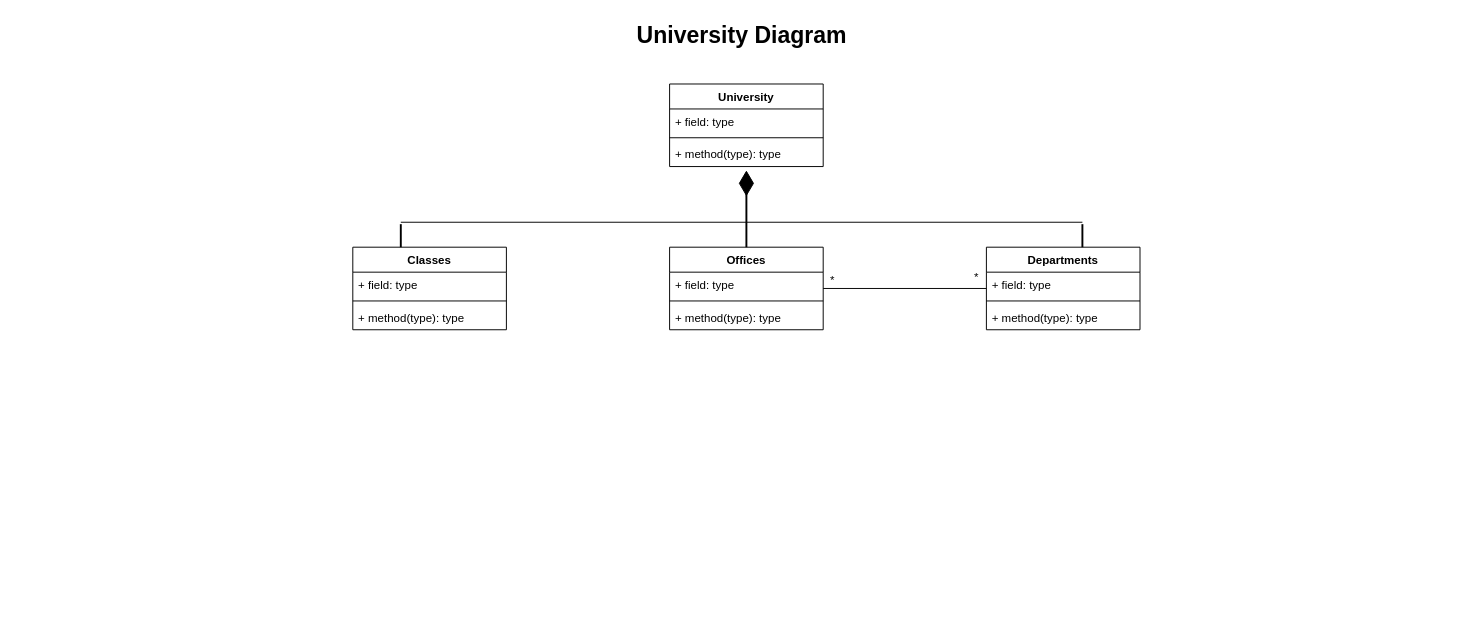
zeynepkul/UMLDiagramsKodluyoruz keeps this draw.io diagram as Untitled Diagram.drawio. Above is the earlier version. Source tidied: cells renumbered, new cells numbered last; positions are measured from the earlier drawing's top-left corner, leaving out a move shared by most shapes. Both pictures are drawn from the tidied source at 96%, with x=0, y=0 at pixel (16, 16).
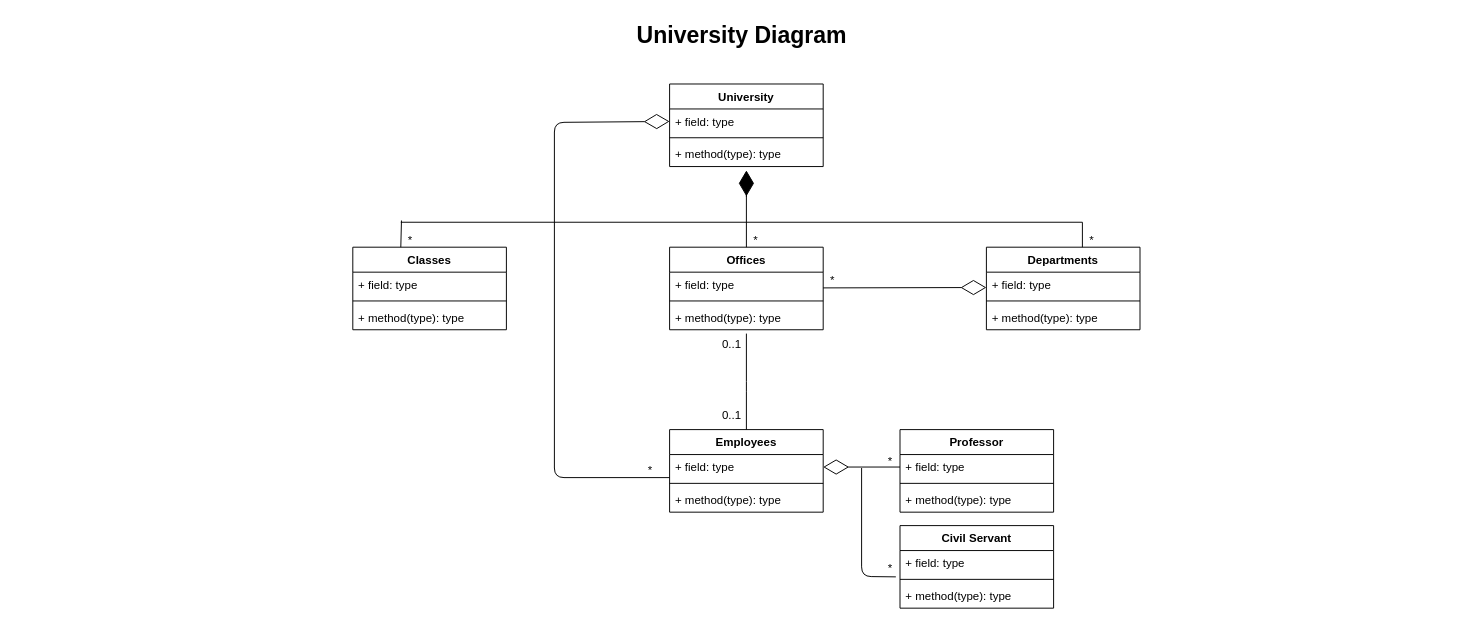
After the change.

Unchanged cells that the change refers to:
```xml
<mxCell id="6" value="+ field: type" style="text;strokeColor=none;fillColor=none;align=left;verticalAlign=top;spacingLeft=4;spacingRight=4;overflow=hidden;points=[[0,0.5],[1,0.5]];portConstraint=eastwest;" parent="5" vertex="1">
  <mxGeometry y="26" width="160" height="26" as="geometry" />
</mxCell>
<mxCell id="13" value="Offices" style="swimlane;fontStyle=1;align=center;verticalAlign=top;horizontal=1;startSize=26;" parent="1" vertex="1">
  <mxGeometry x="680" y="240" width="160" height="86" as="geometry" />
</mxCell>
<mxCell id="22" style="line;strokeWidth=1;fillColor=none;align=left;verticalAlign=middle;spacingTop=-1;spacingLeft=3;spacingRight=3;labelPosition=right;points=[];portConstraint=eastwest;" parent="1" vertex="1">
  <mxGeometry x="400" y="210" width="710" height="8" as="geometry" />
</mxCell>
```

What changed in the source:
```diff
@@
-    <mxCell id="21" style="endArrow=diamondThin;endFill=1;endSize=24;html=1;rounded=0;exitX=0.25;exitY=0.5;exitDx=0;exitDy=0;exitPerimeter=0;" parent="1" edge="1" source="24">
+    <mxCell id="21" style="endArrow=diamondThin;endFill=1;endSize=24;html=1;rounded=0;exitX=0.25;exitY=0.5;exitDx=0;exitDy=0;exitPerimeter=0;" parent="1" edge="1">
       <mxGeometry relative="1" as="geometry">
+        <mxPoint x="760" y="187.5" as="sourcePoint" />
         <mxPoint x="760" y="160" as="targetPoint" />
       </mxGeometry>
     </mxCell>
@@
-    <mxCell id="23" style="line;strokeWidth=2;direction=south;html=1;" parent="1" vertex="1">
-      <mxGeometry x="320" y="216" width="160" height="24" as="geometry" />
-    </mxCell>
-    <mxCell id="24" style="line;strokeWidth=2;direction=south;html=1;" parent="1" vertex="1">
-      <mxGeometry x="680" y="170" width="160" height="70" as="geometry" />
-    </mxCell>
-    <mxCell id="25" style="line;strokeWidth=2;direction=south;html=1;" parent="1" vertex="1">
-      <mxGeometry x="1030" y="216" width="160" height="24" as="geometry" />
-    </mxCell>
-    <mxCell id="26" style="line;strokeWidth=1;fillColor=none;align=left;verticalAlign=middle;spacingTop=-1;spacingLeft=3;spacingRight=3;labelPosition=right;" parent="1" vertex="1">
-      <mxGeometry x="840" y="279" width="170" height="8" as="geometry" />
-    </mxCell>
@@
-    <mxCell id="28" value="*" style="text;html=1;strokeColor=none;fillColor=none;align=center;verticalAlign=middle;whiteSpace=wrap;rounded=0;" parent="1" vertex="1">
-      <mxGeometry x="970" y="257" width="60" height="30" as="geometry" />
-    </mxCell>
+    <mxCell id="29" value="Employees" style="swimlane;fontStyle=1;align=center;verticalAlign=top;horizontal=1;startSize=26;rounded=0;sketch=0;" parent="1" vertex="1">
+      <mxGeometry x="680" y="430" width="160" height="86" as="geometry" />
+    </mxCell>
+    <mxCell id="30" value="+ field: type" style="text;strokeColor=none;fillColor=none;align=left;verticalAlign=top;spacingLeft=4;spacingRight=4;overflow=hidden;points=[[0,0.5],[1,0.5]];portConstraint=eastwest;rounded=0;sketch=0;" parent="29" vertex="1">
+      <mxGeometry y="26" width="160" height="26" as="geometry" />
+    </mxCell>
+    <mxCell id="31" style="line;strokeWidth=1;fillColor=none;align=left;verticalAlign=middle;spacingTop=-1;spacingLeft=3;spacingRight=3;labelPosition=right;rounded=0;sketch=0;" parent="29" vertex="1">
+      <mxGeometry y="52" width="160" height="8" as="geometry" />
+    </mxCell>
+    <mxCell id="32" value="+ method(type): type" style="text;strokeColor=none;fillColor=none;align=left;verticalAlign=top;spacingLeft=4;spacingRight=4;overflow=hidden;rounded=0;sketch=0;" parent="29" vertex="1">
+      <mxGeometry y="60" width="160" height="26" as="geometry" />
+    </mxCell>
+    <mxCell id="33" style="endArrow=diamondThin;endFill=0;endSize=24;html=1;rounded=1;sketch=0;curved=0;entryX=0;entryY=0.5;entryDx=0;entryDy=0;exitX=0;exitY=0.923;exitDx=0;exitDy=0;exitPerimeter=0;" parent="1" edge="1" source="30" target="6">
+      <mxGeometry relative="1" as="geometry">
+        <Array as="points">
+          <mxPoint x="560" y="480" />
+          <mxPoint x="560" y="110" />
+        </Array>
+      </mxGeometry>
+    </mxCell>
+    <mxCell id="34" value="*" style="text;html=1;strokeColor=none;fillColor=none;align=center;verticalAlign=middle;whiteSpace=wrap;rounded=0;" parent="1" vertex="1">
+      <mxGeometry x="630" y="458" width="60" height="30" as="geometry" />
+    </mxCell>
+    <mxCell id="35" value="Civil Servant" style="swimlane;fontStyle=1;align=center;verticalAlign=top;horizontal=1;startSize=26;rounded=0;sketch=0;" parent="1" vertex="1">
+      <mxGeometry x="920" y="530" width="160" height="86" as="geometry" />
+    </mxCell>
+    <mxCell id="36" value="+ field: type" style="text;strokeColor=none;fillColor=none;align=left;verticalAlign=top;spacingLeft=4;spacingRight=4;overflow=hidden;points=[[0,0.5],[1,0.5]];portConstraint=eastwest;rounded=0;sketch=0;" parent="35" vertex="1">
+      <mxGeometry y="26" width="160" height="26" as="geometry" />
+    </mxCell>
+    <mxCell id="37" style="line;strokeWidth=1;fillColor=none;align=left;verticalAlign=middle;spacingTop=-1;spacingLeft=3;spacingRight=3;labelPosition=right;rounded=0;sketch=0;" parent="35" vertex="1">
+      <mxGeometry y="52" width="160" height="8" as="geometry" />
+    </mxCell>
+    <mxCell id="38" value="+ method(type): type" style="text;strokeColor=none;fillColor=none;align=left;verticalAlign=top;spacingLeft=4;spacingRight=4;overflow=hidden;rounded=0;sketch=0;" parent="35" vertex="1">
+      <mxGeometry y="60" width="160" height="26" as="geometry" />
+    </mxCell>
+    <mxCell id="39" value="Professor" style="swimlane;fontStyle=1;align=center;verticalAlign=top;horizontal=1;startSize=26;rounded=0;sketch=0;" parent="1" vertex="1">
+      <mxGeometry x="920" y="430" width="160" height="86" as="geometry" />
+    </mxCell>
+    <mxCell id="40" value="+ field: type" style="text;strokeColor=none;fillColor=none;align=left;verticalAlign=top;spacingLeft=4;spacingRight=4;overflow=hidden;points=[[0,0.5],[1,0.5]];portConstraint=eastwest;rounded=0;sketch=0;" parent="39" vertex="1">
+      <mxGeometry y="26" width="160" height="26" as="geometry" />
+    </mxCell>
+    <mxCell id="41" style="line;strokeWidth=1;fillColor=none;align=left;verticalAlign=middle;spacingTop=-1;spacingLeft=3;spacingRight=3;labelPosition=right;rounded=0;sketch=0;" parent="39" vertex="1">
+      <mxGeometry y="52" width="160" height="8" as="geometry" />
+    </mxCell>
+    <mxCell id="42" value="+ method(type): type" style="text;strokeColor=none;fillColor=none;align=left;verticalAlign=top;spacingLeft=4;spacingRight=4;overflow=hidden;rounded=0;sketch=0;" parent="39" vertex="1">
+      <mxGeometry y="60" width="160" height="26" as="geometry" />
+    </mxCell>
+    <mxCell id="43" style="endArrow=diamondThin;endFill=0;endSize=24;html=1;rounded=1;sketch=0;curved=0;entryX=1;entryY=0.5;entryDx=0;entryDy=0;exitX=0;exitY=0.5;exitDx=0;exitDy=0;" parent="1" edge="1" source="40" target="30">
+      <mxGeometry relative="1" as="geometry" />
+    </mxCell>
+    <mxCell id="44" style="endArrow=none;html=1;rounded=1;sketch=0;curved=0;exitX=-0.027;exitY=1.054;exitDx=0;exitDy=0;exitPerimeter=0;" parent="1" edge="1" source="36">
+      <mxGeometry relative="1" as="geometry">
+        <mxPoint x="880" y="470" as="targetPoint" />
+        <Array as="points">
+          <mxPoint x="880" y="583" />
+        </Array>
+      </mxGeometry>
+    </mxCell>
+    <mxCell id="45" style="endArrow=none;html=1;rounded=1;sketch=0;curved=0;exitX=0.5;exitY=0;exitDx=0;exitDy=0;" parent="1" edge="1" source="29">
+      <mxGeometry relative="1" as="geometry">
+        <mxPoint x="760" y="330" as="targetPoint" />
+        <Array as="points">
+          <mxPoint x="760" y="380" />
+        </Array>
+      </mxGeometry>
+    </mxCell>
+    <mxCell id="46" value="0..1" style="text;html=1;strokeColor=none;fillColor=none;align=center;verticalAlign=middle;whiteSpace=wrap;rounded=0;sketch=0;" parent="1" vertex="1">
+      <mxGeometry x="730" y="326" width="30" height="30" as="geometry" />
+    </mxCell>
+    <mxCell id="47" value="0..1" style="text;html=1;strokeColor=none;fillColor=none;align=center;verticalAlign=middle;whiteSpace=wrap;rounded=0;sketch=0;" parent="1" vertex="1">
+      <mxGeometry x="730" y="400" width="30" height="30" as="geometry" />
+    </mxCell>
+    <mxCell id="48" style="endArrow=none;html=1;rounded=1;sketch=0;curved=0;entryX=0.001;entryY=0.275;entryDx=0;entryDy=0;entryPerimeter=0;" parent="1" edge="1" target="22">
+      <mxGeometry relative="1" as="geometry">
+        <mxPoint x="400" y="240" as="sourcePoint" />
+      </mxGeometry>
+    </mxCell>
+    <mxCell id="49" style="endArrow=none;html=1;rounded=1;sketch=0;curved=0;exitX=0.5;exitY=0;exitDx=0;exitDy=0;" parent="1" edge="1" source="13">
+      <mxGeometry relative="1" as="geometry">
+        <mxPoint x="760" y="170" as="targetPoint" />
+      </mxGeometry>
+    </mxCell>
+    <mxCell id="50" style="endArrow=none;html=1;rounded=1;sketch=0;curved=0;" parent="1" edge="1">
+      <mxGeometry relative="1" as="geometry">
+        <mxPoint x="1110" y="240" as="sourcePoint" />
+        <mxPoint x="1110" y="214" as="targetPoint" />
+      </mxGeometry>
+    </mxCell>
+    <mxCell id="51" value="*" style="text;html=1;strokeColor=none;fillColor=none;align=center;verticalAlign=middle;whiteSpace=wrap;rounded=0;" parent="1" vertex="1">
+      <mxGeometry x="1090" y="218" width="60" height="30" as="geometry" />
+    </mxCell>
+    <mxCell id="52" value="*" style="text;html=1;strokeColor=none;fillColor=none;align=center;verticalAlign=middle;whiteSpace=wrap;rounded=0;" parent="1" vertex="1">
+      <mxGeometry x="740" y="218" width="60" height="30" as="geometry" />
+    </mxCell>
+    <mxCell id="53" value="*" style="text;html=1;strokeColor=none;fillColor=none;align=center;verticalAlign=middle;whiteSpace=wrap;rounded=0;" parent="1" vertex="1">
+      <mxGeometry x="380" y="218" width="60" height="30" as="geometry" />
+    </mxCell>
+    <mxCell id="54" style="endArrow=diamondThin;endFill=0;endSize=24;html=1;rounded=1;sketch=0;curved=0;" parent="1" edge="1">
+      <mxGeometry relative="1" as="geometry">
+        <mxPoint x="840" y="282.4" as="sourcePoint" />
+        <mxPoint x="1010" y="282" as="targetPoint" />
+      </mxGeometry>
+    </mxCell>
+    <mxCell id="55" value="*" style="text;html=1;strokeColor=none;fillColor=none;align=center;verticalAlign=middle;whiteSpace=wrap;rounded=0;" parent="1" vertex="1">
+      <mxGeometry x="880" y="560" width="60" height="30" as="geometry" />
+    </mxCell>
+    <mxCell id="56" value="*" style="text;html=1;strokeColor=none;fillColor=none;align=center;verticalAlign=middle;whiteSpace=wrap;rounded=0;" parent="1" vertex="1">
+      <mxGeometry x="900" y="458" width="20" height="10" as="geometry" />
+    </mxCell>
```
